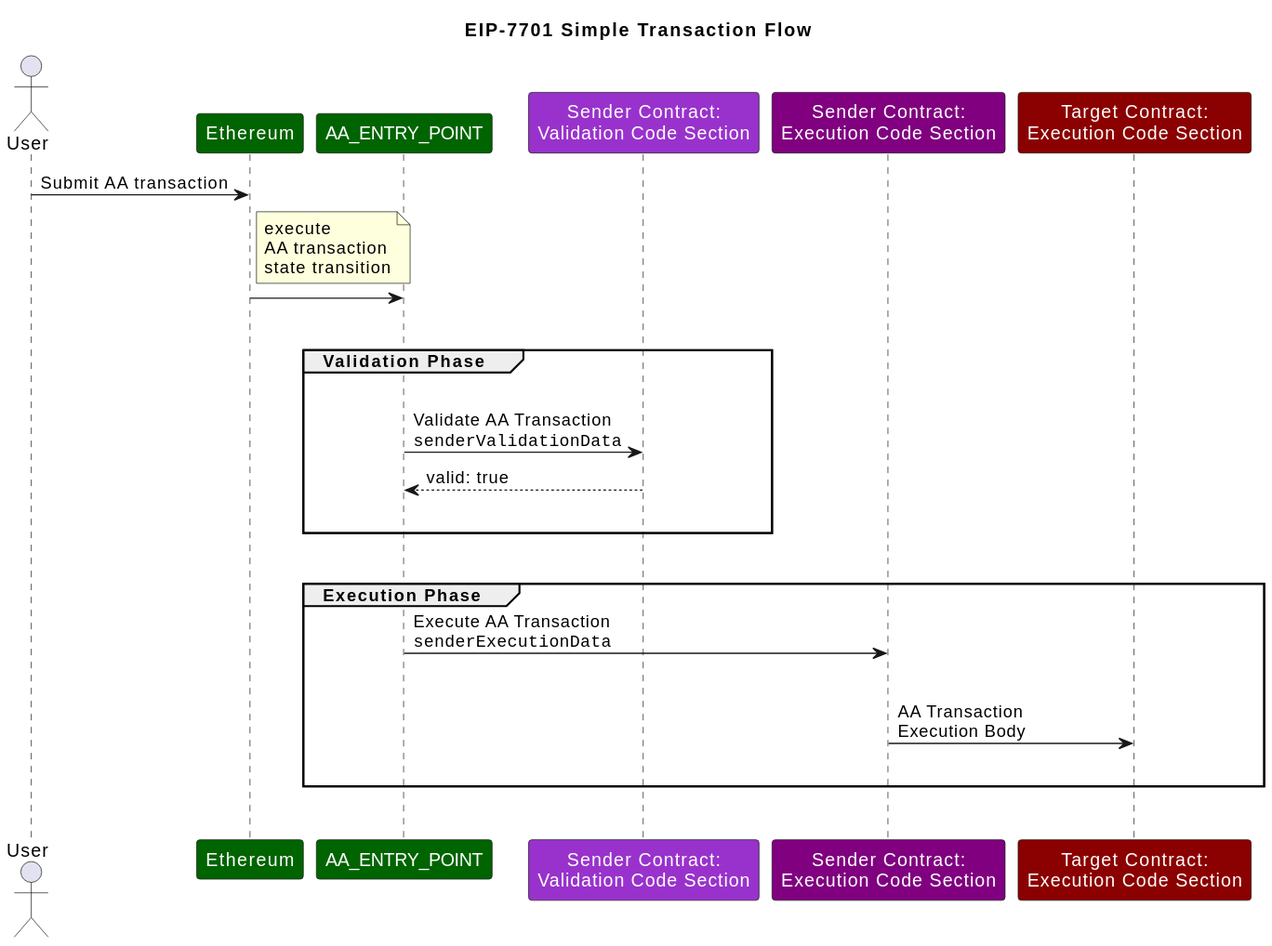
This is assets/eip-7701/simple_flow.svg from ethereum/EIPs, a PlantUML export, as it was before one commit. Source of this version:
```plantuml
@startuml
title EIP-7701 Simple Transaction Flow

actor "User"
skinparam participantFontColor automatic
participant "Ethereum" #darkgreen
participant "AA_ENTRY_POINT" #darkgreen
participant "Sender Contract:\nValidation Code Section" as SCVCS #darkorchid
participant "Sender Contract:\nExecution Code Section" as SCECS #purple
participant "Target Contract:\nExecution Code Section" as TCECS #darkred

"User" -> "Ethereum": Submit AA transaction
note right of "Ethereum": execute\nAA transaction\nstate transition
"Ethereum" -> "AA_ENTRY_POINT":
|||
group Validation Phase
|||
"AA_ENTRY_POINT"->SCVCS: Validate AA Transaction\n""senderValidationData""
return valid: true
|||
end
|||

group Execution Phase
"AA_ENTRY_POINT"->SCECS: Execute AA Transaction\n""senderExecutionData""
|||
SCECS->TCECS: AA Transaction\nExecution Body
|||
end
|||
@enduml
```
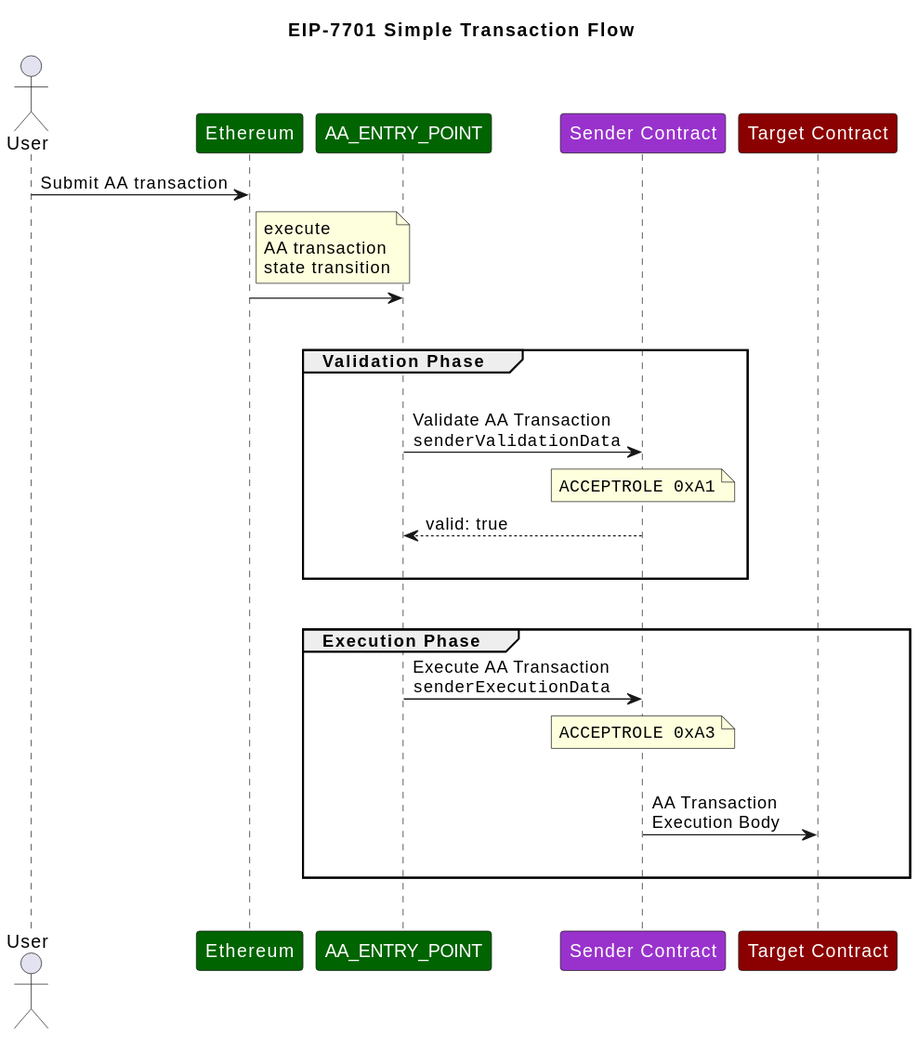
The same diagram one commit later.

What changed in the source:
```diff
@@ -5,9 +5,8 @@
 skinparam participantFontColor automatic
 participant "Ethereum" #darkgreen
 participant "AA_ENTRY_POINT" #darkgreen
-participant "Sender Contract:\nValidation Code Section" as SCVCS #darkorchid
-participant "Sender Contract:\nExecution Code Section" as SCECS #purple
-participant "Target Contract:\nExecution Code Section" as TCECS #darkred
+participant "Sender Contract" #darkorchid
+participant "Target Contract" #darkred
 
 "User" -> "Ethereum": Submit AA transaction
 note right of "Ethereum": execute\nAA transaction\nstate transition
@@ -15,16 +14,17 @@
 |||
 group Validation Phase
 |||
-"AA_ENTRY_POINT"->SCVCS: Validate AA Transaction\n""senderValidationData""
+"AA_ENTRY_POINT"->"Sender Contract": Validate AA Transaction\n""senderValidationData""
+note over "Sender Contract": ""ACCEPTROLE 0xA1""
 return valid: true
 |||
 end
 |||
-
 group Execution Phase
-"AA_ENTRY_POINT"->SCECS: Execute AA Transaction\n""senderExecutionData""
+"AA_ENTRY_POINT"->"Sender Contract": Execute AA Transaction\n""senderExecutionData""
+note over "Sender Contract": ""ACCEPTROLE 0xA3""
 |||
-SCECS->TCECS: AA Transaction\nExecution Body
+"Sender Contract"->"Target Contract": AA Transaction\nExecution Body
 |||
 end
 |||
```
